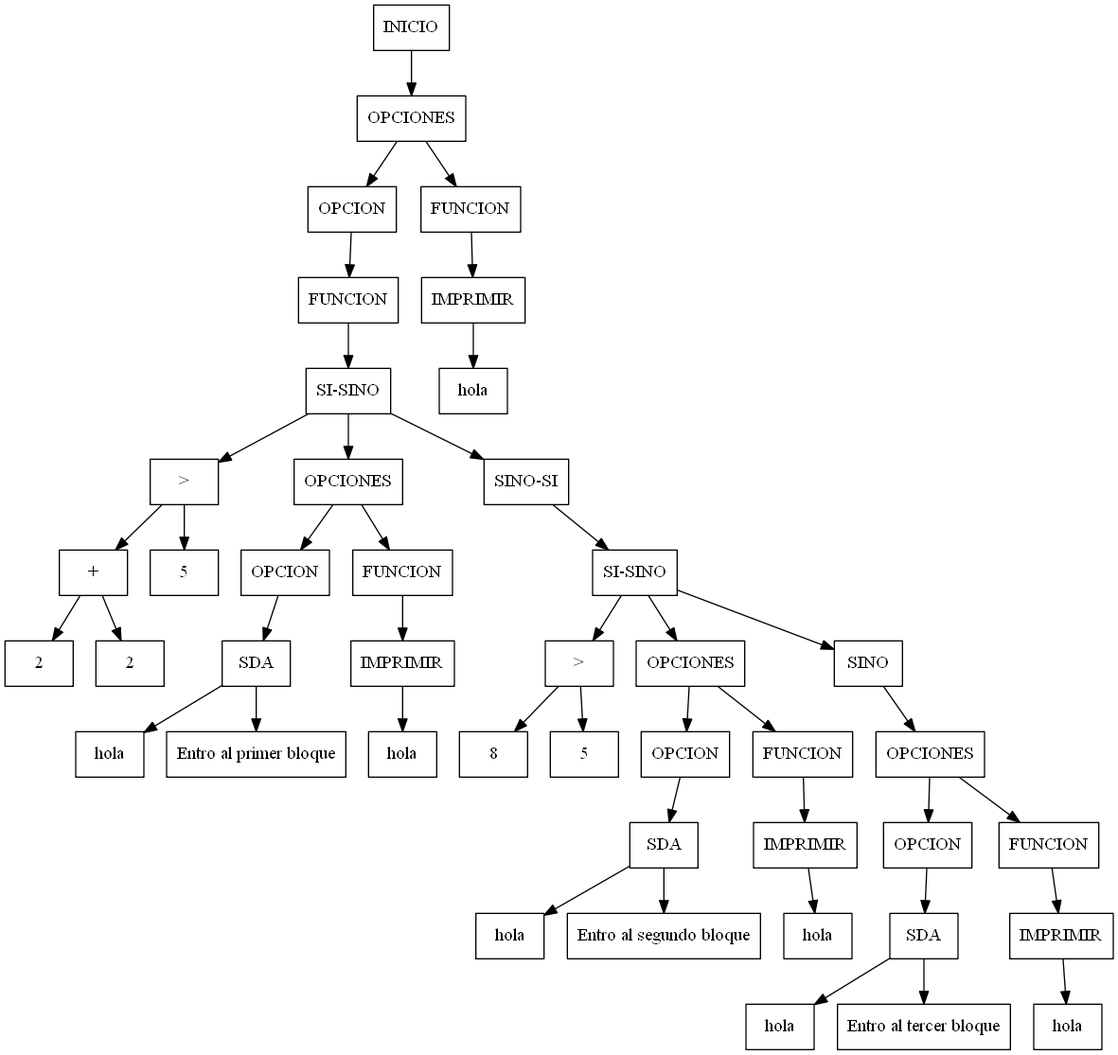
Above: arbol.png in EleazarLopezOsuna/2019-SegundoSemestre-Compiladores1 (Graphviz), before the change. Its source is kept beside it as arbol.dot.
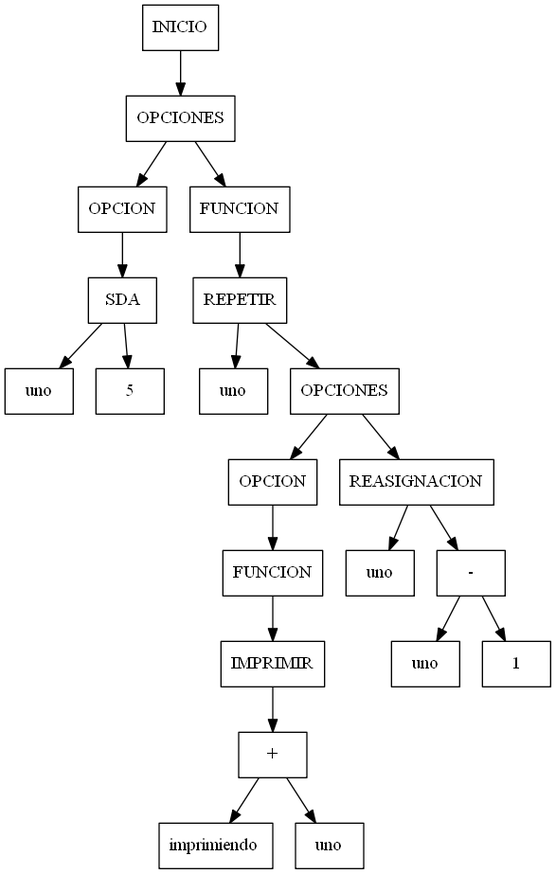
The same file after the commit.

Commit message:
Reasignacion de Variables simples

Diff of the diagram source:
```diff
@@ -2,132 +2,66 @@
 node[shape=box];
 rankdir=UD;
 
-"43_INICIO"[label = "INICIO"];
-"42_OPCIONES"[label = "OPCIONES"];
-"43_INICIO"->"42_OPCIONES";
-"42_OPCIONES"[label = "OPCIONES"];
-"38_OPCION"[label = "OPCION"];
-"42_OPCIONES"->"38_OPCION";
-"38_OPCION"[label = "OPCION"];
-"37_FUNCION"[label = "FUNCION"];
-"38_OPCION"->"37_FUNCION";
-"37_FUNCION"[label = "FUNCION"];
-"36_SI-SINO"[label = "SI-SINO"];
-"37_FUNCION"->"36_SI-SINO";
-"36_SI-SINO"[label = "SI-SINO"];
-"5_>"[label = ">"];
-"36_SI-SINO"->"5_>";
-"5_>"[label = ">"];
-"3_+"[label = "+"];
-"5_>"->"3_+";
-"3_+"[label = "+"];
-"1_ENTERO"[label = "2"];
-"3_+"->"1_ENTERO";
-"3_+"[label = "+"];
-"2_ENTERO"[label = "2"];
-"3_+"->"2_ENTERO";
-"5_>"[label = ">"];
-"4_ENTERO"[label = "5"];
-"5_>"->"4_ENTERO";
-"36_SI-SINO"[label = "SI-SINO"];
-"13_OPCIONES"[label = "OPCIONES"];
-"36_SI-SINO"->"13_OPCIONES";
-"13_OPCIONES"[label = "OPCIONES"];
-"9_OPCION"[label = "OPCION"];
-"13_OPCIONES"->"9_OPCION";
-"9_OPCION"[label = "OPCION"];
-"8_SDA"[label = "SDA"];
-"9_OPCION"->"8_SDA";
-"8_SDA"[label = "SDA"];
-"7_ID"[label = "hola"];
-"8_SDA"->"7_ID";
-"8_SDA"[label = "SDA"];
-"6_CADENA"[label = "Entro al primer bloque"];
-"8_SDA"->"6_CADENA";
-"13_OPCIONES"[label = "OPCIONES"];
-"12_FUNCION"[label = "FUNCION"];
-"13_OPCIONES"->"12_FUNCION";
-"12_FUNCION"[label = "FUNCION"];
-"11_IMPRIMIR"[label = "IMPRIMIR"];
-"12_FUNCION"->"11_IMPRIMIR";
-"11_IMPRIMIR"[label = "IMPRIMIR"];
-"10_ID"[label = "hola"];
-"11_IMPRIMIR"->"10_ID";
-"36_SI-SINO"[label = "SI-SINO"];
-"35_SINO-SI"[label = "SINO-SI"];
-"36_SI-SINO"->"35_SINO-SI";
-"35_SINO-SI"[label = "SINO-SI"];
-"34_SI-SINO"[label = "SI-SINO"];
-"35_SINO-SI"->"34_SI-SINO";
-"34_SI-SINO"[label = "SI-SINO"];
-"16_>"[label = ">"];
-"34_SI-SINO"->"16_>";
-"16_>"[label = ">"];
-"14_ENTERO"[label = "8"];
-"16_>"->"14_ENTERO";
-"16_>"[label = ">"];
-"15_ENTERO"[label = "5"];
-"16_>"->"15_ENTERO";
-"34_SI-SINO"[label = "SI-SINO"];
-"24_OPCIONES"[label = "OPCIONES"];
-"34_SI-SINO"->"24_OPCIONES";
-"24_OPCIONES"[label = "OPCIONES"];
-"20_OPCION"[label = "OPCION"];
-"24_OPCIONES"->"20_OPCION";
-"20_OPCION"[label = "OPCION"];
-"19_SDA"[label = "SDA"];
-"20_OPCION"->"19_SDA";
-"19_SDA"[label = "SDA"];
-"18_ID"[label = "hola"];
-"19_SDA"->"18_ID";
-"19_SDA"[label = "SDA"];
-"17_CADENA"[label = "Entro al segundo bloque"];
-"19_SDA"->"17_CADENA";
-"24_OPCIONES"[label = "OPCIONES"];
-"23_FUNCION"[label = "FUNCION"];
-"24_OPCIONES"->"23_FUNCION";
-"23_FUNCION"[label = "FUNCION"];
-"22_IMPRIMIR"[label = "IMPRIMIR"];
-"23_FUNCION"->"22_IMPRIMIR";
-"22_IMPRIMIR"[label = "IMPRIMIR"];
-"21_ID"[label = "hola"];
-"22_IMPRIMIR"->"21_ID";
-"34_SI-SINO"[label = "SI-SINO"];
-"33_SINO"[label = "SINO"];
-"34_SI-SINO"->"33_SINO";
-"33_SINO"[label = "SINO"];
-"32_OPCIONES"[label = "OPCIONES"];
-"33_SINO"->"32_OPCIONES";
-"32_OPCIONES"[label = "OPCIONES"];
-"28_OPCION"[label = "OPCION"];
-"32_OPCIONES"->"28_OPCION";
-"28_OPCION"[label = "OPCION"];
-"27_SDA"[label = "SDA"];
-"28_OPCION"->"27_SDA";
-"27_SDA"[label = "SDA"];
-"26_ID"[label = "hola"];
-"27_SDA"->"26_ID";
-"27_SDA"[label = "SDA"];
-"25_CADENA"[label = "Entro al tercer bloque"];
-"27_SDA"->"25_CADENA";
-"32_OPCIONES"[label = "OPCIONES"];
-"31_FUNCION"[label = "FUNCION"];
-"32_OPCIONES"->"31_FUNCION";
-"31_FUNCION"[label = "FUNCION"];
-"30_IMPRIMIR"[label = "IMPRIMIR"];
-"31_FUNCION"->"30_IMPRIMIR";
-"30_IMPRIMIR"[label = "IMPRIMIR"];
-"29_ID"[label = "hola"];
-"30_IMPRIMIR"->"29_ID";
-"42_OPCIONES"[label = "OPCIONES"];
-"41_FUNCION"[label = "FUNCION"];
-"42_OPCIONES"->"41_FUNCION";
-"41_FUNCION"[label = "FUNCION"];
-"40_IMPRIMIR"[label = "IMPRIMIR"];
-"41_FUNCION"->"40_IMPRIMIR";
-"40_IMPRIMIR"[label = "IMPRIMIR"];
-"39_ID"[label = "hola"];
-"40_IMPRIMIR"->"39_ID";
+"21_INICIO"[label = "INICIO"];
+"20_OPCIONES"[label = "OPCIONES"];
+"21_INICIO"->"20_OPCIONES";
+"20_OPCIONES"[label = "OPCIONES"];
+"4_OPCION"[label = "OPCION"];
+"20_OPCIONES"->"4_OPCION";
+"4_OPCION"[label = "OPCION"];
+"3_SDA"[label = "SDA"];
+"4_OPCION"->"3_SDA";
+"3_SDA"[label = "SDA"];
+"2_ID"[label = "uno"];
+"3_SDA"->"2_ID";
+"3_SDA"[label = "SDA"];
+"1_ENTERO"[label = "5"];
+"3_SDA"->"1_ENTERO";
+"20_OPCIONES"[label = "OPCIONES"];
+"19_FUNCION"[label = "FUNCION"];
+"20_OPCIONES"->"19_FUNCION";
+"19_FUNCION"[label = "FUNCION"];
+"18_REPETIR"[label = "REPETIR"];
+"19_FUNCION"->"18_REPETIR";
+"18_REPETIR"[label = "REPETIR"];
+"5_ID"[label = "uno"];
+"18_REPETIR"->"5_ID";
+"18_REPETIR"[label = "REPETIR"];
+"17_OPCIONES"[label = "OPCIONES"];
+"18_REPETIR"->"17_OPCIONES";
+"17_OPCIONES"[label = "OPCIONES"];
+"11_OPCION"[label = "OPCION"];
+"17_OPCIONES"->"11_OPCION";
+"11_OPCION"[label = "OPCION"];
+"10_FUNCION"[label = "FUNCION"];
+"11_OPCION"->"10_FUNCION";
+"10_FUNCION"[label = "FUNCION"];
+"9_IMPRIMIR"[label = "IMPRIMIR"];
+"10_FUNCION"->"9_IMPRIMIR";
+"9_IMPRIMIR"[label = "IMPRIMIR"];
+"8_+"[label = "+"];
+"9_IMPRIMIR"->"8_+";
+"8_+"[label = "+"];
+"6_CADENA"[label = "imprimiendo "];
+"8_+"->"6_CADENA";
+"8_+"[label = "+"];
+"7_ID"[label = "uno"];
+"8_+"->"7_ID";
+"17_OPCIONES"[label = "OPCIONES"];
+"16_REASIGNACION"[label = "REASIGNACION"];
+"17_OPCIONES"->"16_REASIGNACION";
+"16_REASIGNACION"[label = "REASIGNACION"];
+"15_ID"[label = "uno"];
+"16_REASIGNACION"->"15_ID";
+"16_REASIGNACION"[label = "REASIGNACION"];
+"14_-"[label = "-"];
+"16_REASIGNACION"->"14_-";
+"14_-"[label = "-"];
+"12_ID"[label = "uno"];
+"14_-"->"12_ID";
+"14_-"[label = "-"];
+"13_ENTERO"[label = "1"];
+"14_-"->"13_ENTERO";
 
 
 }
```
